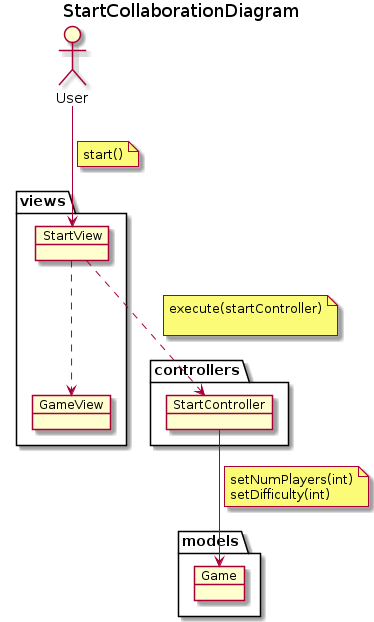
Before: docs/output/analysis/use-cases/StartCollaborationDiagram.png, a diagram exported from PlantUML (Master-Desarrollo-20-21/patrones-diseno---practica-final---juego-de-las-damas-fraylopez).
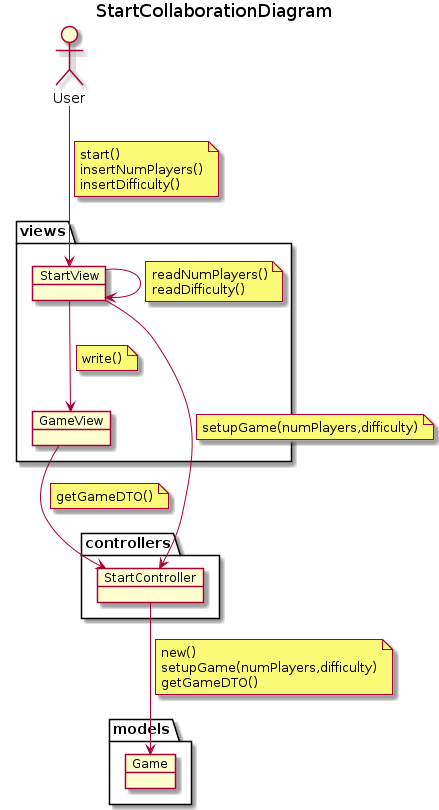
Above is the later version.

Commit message:
change start colab png

Change to the diagram source:
```diff
@@ -37,19 +37,33 @@
 User --> StartView
 note on link
     start()
+    insertNumPlayers()
+    insertDifficulty()
+end note
+StartView --> StartView
+note on link
+    readNumPlayers()
+    readDifficulty()
 end note
 
-StartView ..> GameView
 
-StartView ..> StartController
+StartView --> StartController
 note on link
-    execute(startController)
-
+    setupGame(numPlayers,difficulty)
 end note
 StartController --> Game
 note on link
-    setNumPlayers(int)
-    setDifficulty(int)
+    new()
+    setupGame(numPlayers,difficulty)
+    getGameDTO()
+end note
+StartView --> GameView
+note on link
+    write()
+end note
+GameView --> StartController
+note on link
+    getGameDTO()
 end note
 
 @enduml
```
